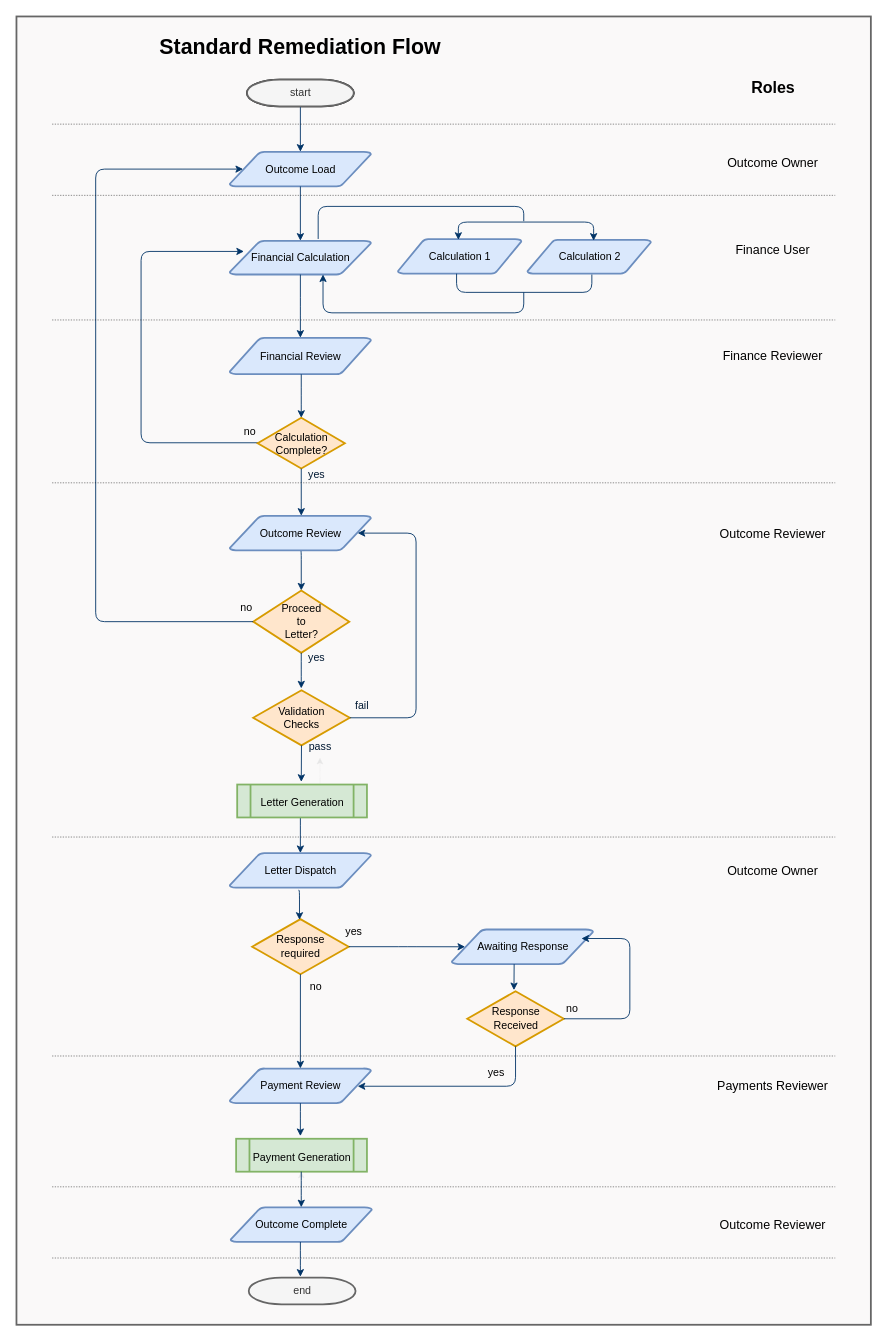
Before: readme-images/BasicRemediationFlow.drawio in grantcolley/headway, a draw.io diagram. Source tidied: cells renumbered, new cells numbered last; positions are measured from the earlier drawing's top-left corner, leaving out a move shared by most shapes. Both pictures are drawn from the tidied source at 89%, with x=0, y=0 at pixel (16, 16).
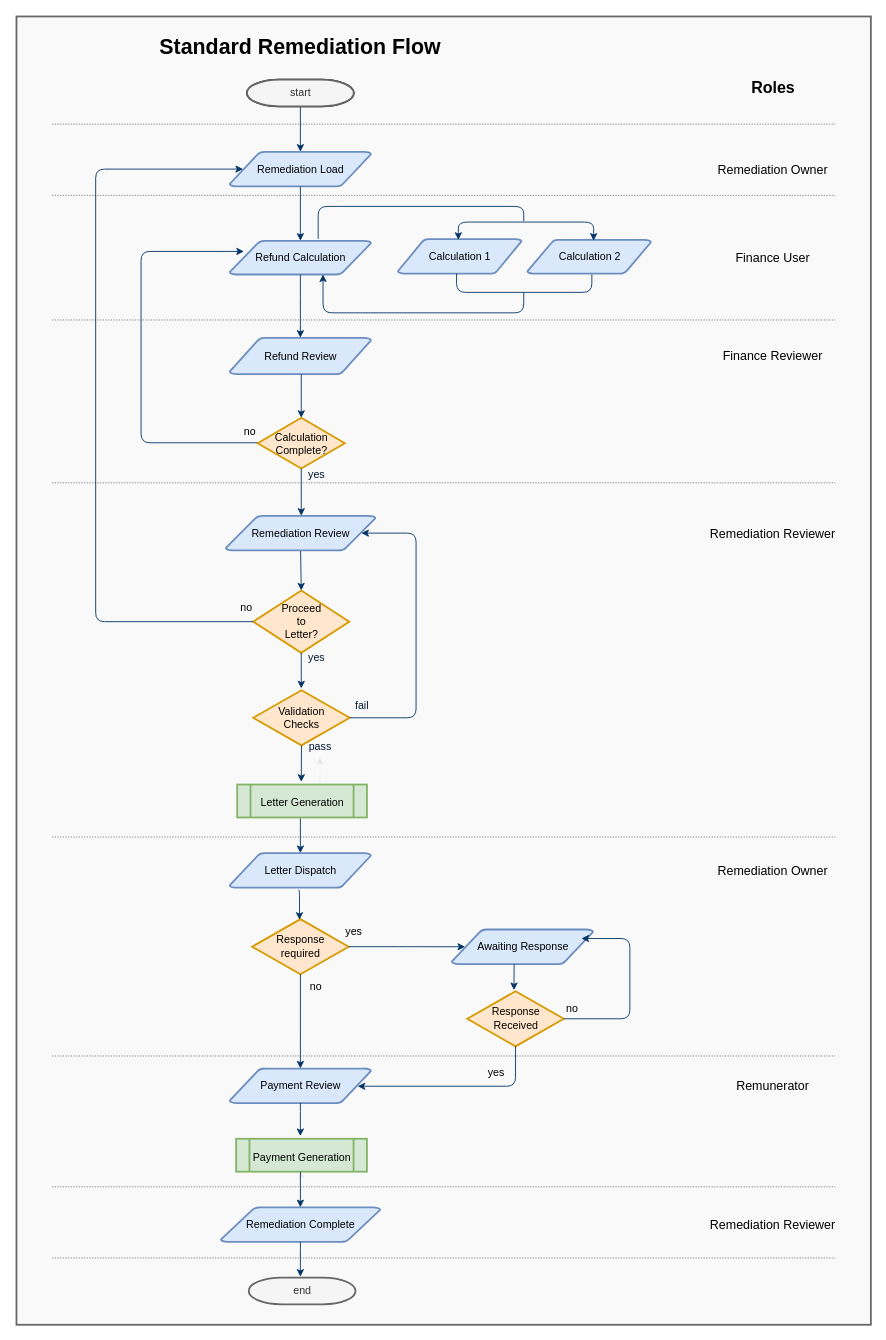
The same diagram, later.

Diff of the diagram source:
```diff
@@
-    <mxCell id="4" value="Outcome Load" style="shape=mxgraph.flowchart.data;strokeWidth=2;gradientDirection=north;fontStyle=0;html=1;fillColor=#dae8fc;strokeColor=#6c8ebf;" parent="1" vertex="1">
+    <mxCell id="4" value="Remediation Load" style="shape=mxgraph.flowchart.data;strokeWidth=2;gradientDirection=north;fontStyle=0;html=1;fillColor=#dae8fc;strokeColor=#6c8ebf;" parent="1" vertex="1">
       <mxGeometry x="239.5" y="152" width="159" height="39" as="geometry" />
     </mxCell>
-    <mxCell id="5" value="Financial Calculation" style="shape=mxgraph.flowchart.data;strokeWidth=2;gradientDirection=north;fontStyle=0;html=1;fillColor=#dae8fc;strokeColor=#6c8ebf;" parent="1" vertex="1">
+    <mxCell id="5" value="Refund Calculation" style="shape=mxgraph.flowchart.data;strokeWidth=2;gradientDirection=north;fontStyle=0;html=1;fillColor=#dae8fc;strokeColor=#6c8ebf;" parent="1" vertex="1">
       <mxGeometry x="239.5" y="252" width="159" height="38" as="geometry" />
     </mxCell>
@@
-    <mxCell id="8" value="Financial Review" style="shape=mxgraph.flowchart.data;strokeWidth=2;gradientDirection=north;fontStyle=0;html=1;fillColor=#dae8fc;strokeColor=#6c8ebf;" parent="1" vertex="1">
+    <mxCell id="8" value="Refund Review" style="shape=mxgraph.flowchart.data;strokeWidth=2;gradientDirection=north;fontStyle=0;html=1;fillColor=#dae8fc;strokeColor=#6c8ebf;" parent="1" vertex="1">
       <mxGeometry x="239.5" y="361" width="159" height="41" as="geometry" />
     </mxCell>
@@
-    <mxCell id="23" value="Outcome Review" style="shape=mxgraph.flowchart.data;strokeWidth=2;gradientDirection=north;fontStyle=0;html=1;fillColor=#dae8fc;strokeColor=#6c8ebf;" parent="1" vertex="1">
-      <mxGeometry x="239.5" y="561" width="159" height="39" as="geometry" />
+    <mxCell id="23" value="&lt;font style=&quot;font-size: 12px;&quot;&gt;Remediation&amp;nbsp;Review&lt;/font&gt;" style="shape=mxgraph.flowchart.data;strokeWidth=2;gradientDirection=north;fontStyle=0;html=1;fillColor=#dae8fc;strokeColor=#6c8ebf;" parent="1" vertex="1">
+      <mxGeometry x="235" y="561" width="168.5" height="39" as="geometry" />
     </mxCell>
@@
-    <mxCell id="41" value="Outcome Complete" style="shape=mxgraph.flowchart.data;strokeWidth=2;gradientDirection=north;fontStyle=0;html=1;fillColor=#dae8fc;strokeColor=#6c8ebf;" parent="1" vertex="1">
-      <mxGeometry x="240.5" y="1338" width="159" height="39" as="geometry" />
+    <mxCell id="41" value="&lt;font style=&quot;font-size: 12px;&quot;&gt;Remediation&amp;nbsp;Complete&lt;/font&gt;" style="shape=mxgraph.flowchart.data;strokeWidth=2;gradientDirection=north;fontStyle=0;html=1;fillColor=#dae8fc;strokeColor=#6c8ebf;" parent="1" vertex="1">
+      <mxGeometry x="229.5" y="1338" width="179.5" height="39" as="geometry" />
     </mxCell>
@@
-    <mxCell id="71" value="Outcome Owner" style="text;html=1;strokeColor=none;fillColor=none;align=center;verticalAlign=middle;whiteSpace=wrap;rounded=0;fontSize=14;" parent="1" vertex="1">
-      <mxGeometry x="790" y="150" width="120" height="30" as="geometry" />
+    <mxCell id="71" value="Remediation Owner" style="text;html=1;strokeColor=none;fillColor=none;align=center;verticalAlign=middle;whiteSpace=wrap;rounded=0;fontSize=14;" parent="1" vertex="1">
+      <mxGeometry x="785" y="156.5" width="130" height="30" as="geometry" />
     </mxCell>
     <mxCell id="72" value="Finance User" style="text;html=1;strokeColor=none;fillColor=none;align=center;verticalAlign=middle;whiteSpace=wrap;rounded=0;fontSize=14;" parent="1" vertex="1">
-      <mxGeometry x="790" y="247" width="120" height="30" as="geometry" />
+      <mxGeometry x="790" y="256" width="120" height="30" as="geometry" />
     </mxCell>
@@
-    <mxCell id="74" value="Outcome Reviewer" style="text;html=1;strokeColor=none;fillColor=none;align=center;verticalAlign=middle;whiteSpace=wrap;rounded=0;fontSize=14;" parent="1" vertex="1">
+    <mxCell id="74" value="Remediation&amp;nbsp;Reviewer" style="text;html=1;strokeColor=none;fillColor=none;align=center;verticalAlign=middle;whiteSpace=wrap;rounded=0;fontSize=14;" parent="1" vertex="1">
       <mxGeometry x="780" y="1342.5" width="140" height="30" as="geometry" />
     </mxCell>
-    <mxCell id="75" value="Outcome Owner" style="text;html=1;strokeColor=none;fillColor=none;align=center;verticalAlign=middle;whiteSpace=wrap;rounded=0;fontSize=14;" parent="1" vertex="1">
+    <mxCell id="75" value="Remediation&amp;nbsp;Owner" style="text;html=1;strokeColor=none;fillColor=none;align=center;verticalAlign=middle;whiteSpace=wrap;rounded=0;fontSize=14;" parent="1" vertex="1">
       <mxGeometry x="790" y="944.5" width="120" height="30" as="geometry" />
     </mxCell>
-    <mxCell id="76" value="Payments Reviewer" style="text;html=1;strokeColor=none;fillColor=none;align=center;verticalAlign=middle;whiteSpace=wrap;rounded=0;fontSize=14;" parent="1" vertex="1">
+    <mxCell id="76" value="Remunerator" style="text;html=1;strokeColor=none;fillColor=none;align=center;verticalAlign=middle;whiteSpace=wrap;rounded=0;fontSize=14;" parent="1" vertex="1">
       <mxGeometry x="780" y="1186.5" width="140" height="30" as="geometry" />
     </mxCell>
-    <mxCell id="77" value="Outcome Reviewer" style="text;html=1;strokeColor=none;fillColor=none;align=center;verticalAlign=middle;whiteSpace=wrap;rounded=0;fontSize=14;" parent="1" vertex="1">
-      <mxGeometry x="780" y="565.5" width="140" height="30" as="geometry" />
+    <mxCell id="77" value="Remediation Reviewer" style="text;html=1;strokeColor=none;fillColor=none;align=center;verticalAlign=middle;whiteSpace=wrap;rounded=0;fontSize=14;" parent="1" vertex="1">
+      <mxGeometry x="770" y="565.5" width="160" height="30" as="geometry" />
     </mxCell>
```
